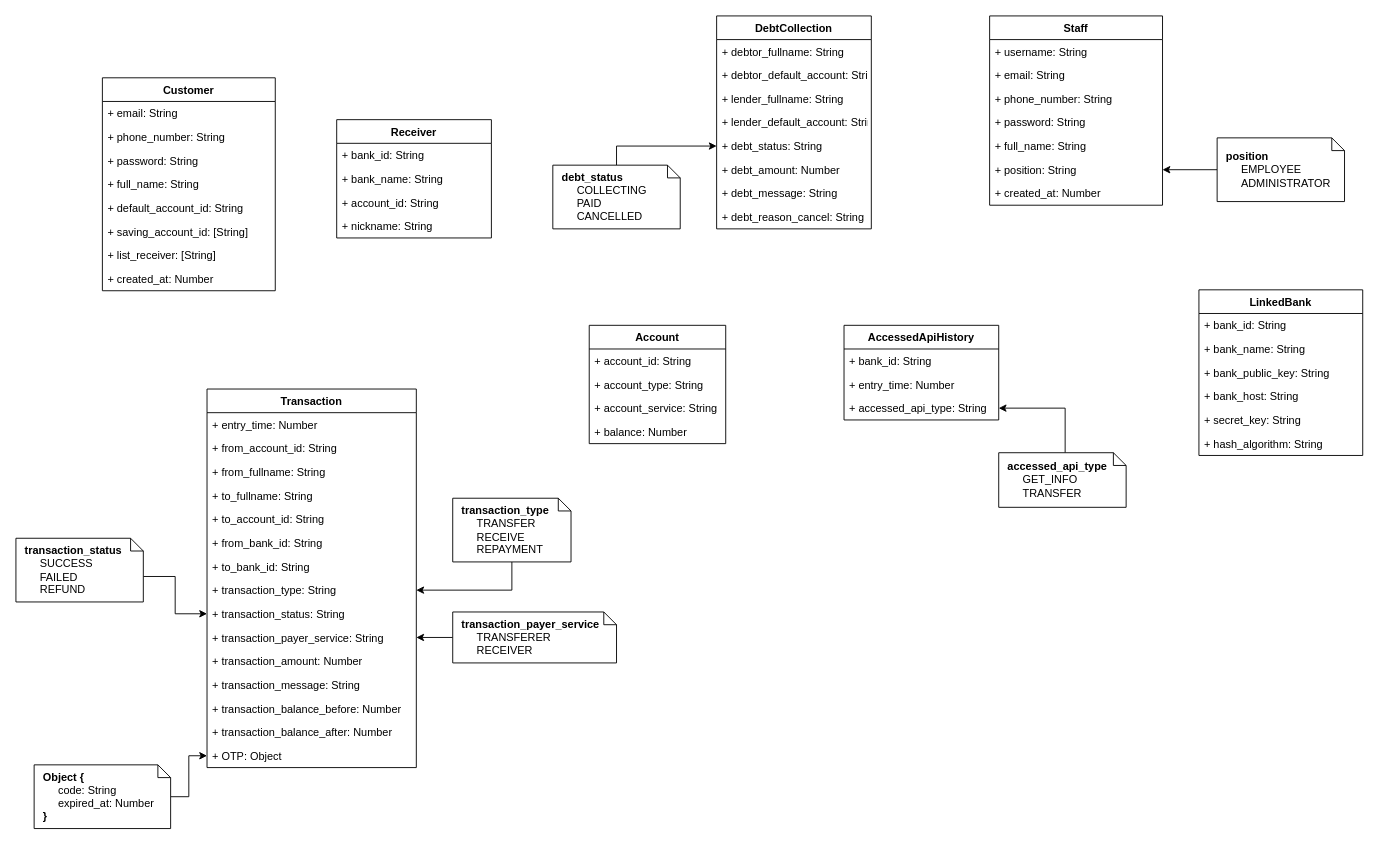
Above: 03_Design/01_Data/InternetBanking.drawio in imdotnhsang/AWAD_NNDK_08 (draw.io), before the change. Source tidied: cells renumbered, new cells numbered last; positions are measured from the earlier drawing's top-left corner, leaving out a move shared by most shapes. Both pictures are drawn from the tidied source at 91%, with x=0, y=0 at pixel (15, 15).
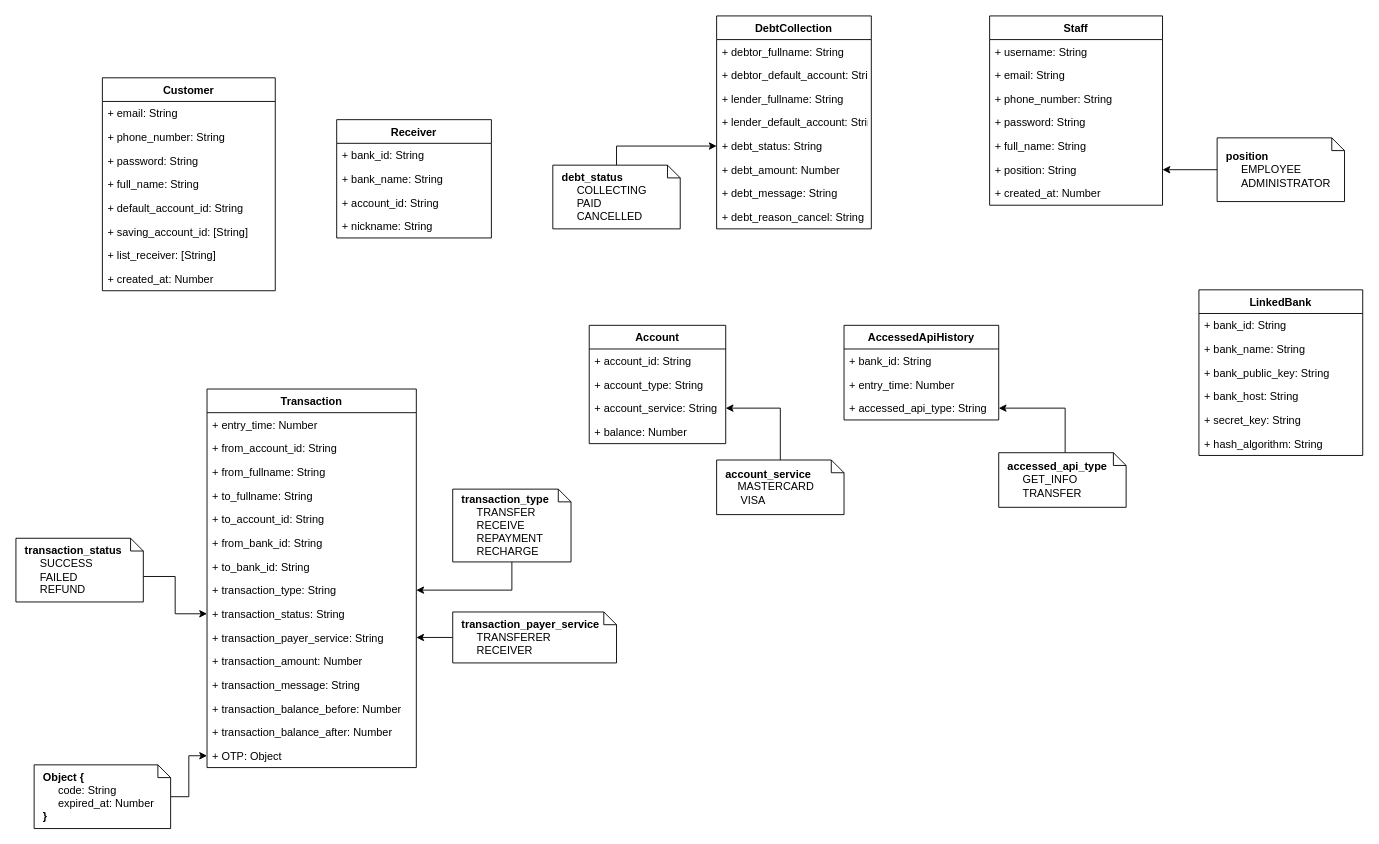
The same diagram, later.

Commit message:
update class diagram

The change refers to these unchanged cells:
```xml
<mxCell id="36" value="+ account_service: String" style="text;strokeColor=none;fillColor=none;align=left;verticalAlign=top;spacingLeft=4;spacingRight=4;overflow=hidden;points=[[0,0.5],[1,0.5]];portConstraint=eastwest;" parent="33" vertex="1">
  <mxGeometry y="78" width="150" height="26" as="geometry" />
</mxCell>
```

What changed in the source:
```diff
@@
-    <mxCell id="3" value="&lt;b&gt;transaction_type&lt;br&gt;&lt;/b&gt;&lt;span&gt;&amp;nbsp; &amp;nbsp; &amp;nbsp;TRANSFER&lt;br&gt;&lt;/span&gt;&lt;span&gt;&amp;nbsp; &amp;nbsp; &amp;nbsp;RECEIVE&lt;br&gt;&lt;/span&gt;&lt;b&gt;&amp;nbsp; &amp;nbsp; &lt;/b&gt;&amp;nbsp;REPAYMENT" style="shape=note;whiteSpace=wrap;html=1;size=14;verticalAlign=middle;align=left;spacingTop=0;spacing=10;" parent="1" vertex="1">
-      <mxGeometry x="480" y="530" width="130" height="70" as="geometry" />
+    <mxCell id="3" value="&lt;b&gt;transaction_type&lt;br&gt;&lt;/b&gt;&lt;span&gt;&amp;nbsp; &amp;nbsp; &amp;nbsp;TRANSFER&lt;br&gt;&lt;/span&gt;&lt;span&gt;&amp;nbsp; &amp;nbsp; &amp;nbsp;RECEIVE&lt;br&gt;&lt;/span&gt;&lt;b&gt;&amp;nbsp; &amp;nbsp; &lt;/b&gt;&amp;nbsp;REPAYMENT&lt;br&gt;&amp;nbsp; &amp;nbsp; &amp;nbsp;RECHARGE" style="shape=note;whiteSpace=wrap;html=1;size=14;verticalAlign=middle;align=left;spacingTop=0;spacing=10;" parent="1" vertex="1">
+      <mxGeometry x="480" y="520" width="130" height="80" as="geometry" />
     </mxCell>
@@
+    <mxCell id="79" style="edgeStyle=orthogonalEdgeStyle;rounded=0;jettySize=auto;html=1;exitX=0.5;exitY=0;exitDx=0;exitDy=0;exitPerimeter=0;entryX=1;entryY=0.5;entryDx=0;entryDy=0;" parent="1" edge="1" source="80" target="36">
+      <mxGeometry relative="1" as="geometry" />
+    </mxCell>
+    <mxCell id="80" value="&lt;b&gt;account_service&lt;/b&gt;&lt;span&gt;&amp;nbsp; &amp;nbsp; &amp;nbsp; &amp;nbsp; &amp;nbsp; &amp;nbsp; MASTERCARD&lt;br&gt;&lt;/span&gt;&lt;span&gt;&amp;nbsp; &amp;nbsp; &amp;nbsp;VISA&lt;/span&gt;" style="shape=note;whiteSpace=wrap;html=1;size=14;verticalAlign=middle;align=left;spacingTop=0;spacing=10;" parent="1" vertex="1">
+      <mxGeometry x="770" y="488" width="140" height="60" as="geometry" />
+    </mxCell>
```
